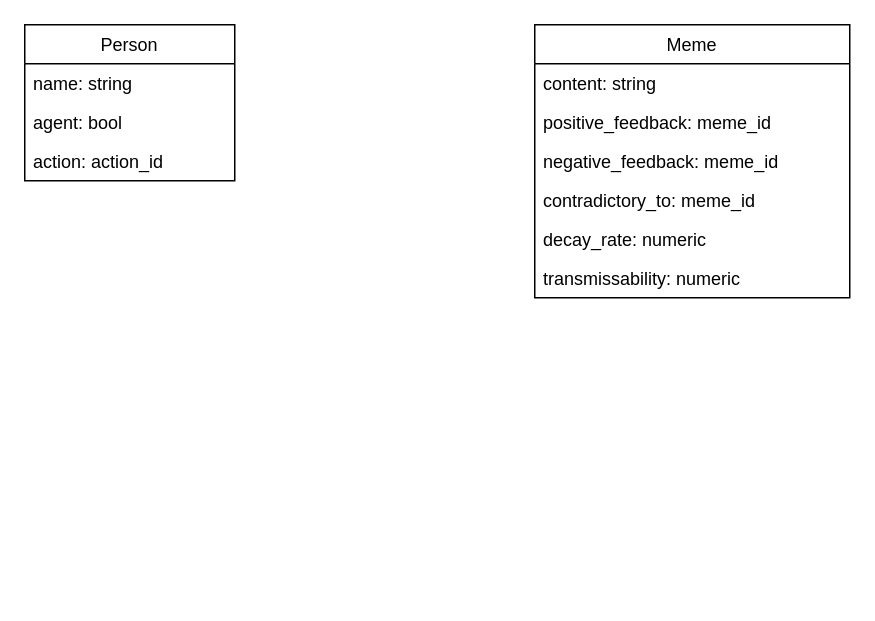
Above: diagram.drawio in filmitrovski/Demokrasi (draw.io), before the change. Source tidied: cells renumbered, new cells numbered last; positions are measured from the earlier drawing's top-left corner, leaving out a move shared by most shapes. Both pictures are drawn from the tidied source at 150%, with x=0, y=0 at pixel (24, 24).
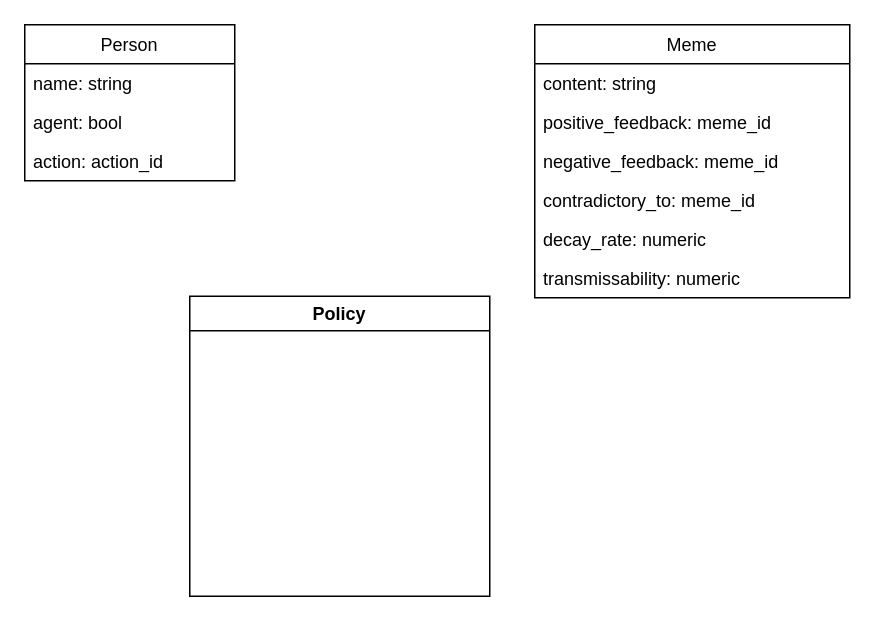
After the change.

What changed in the source:
```diff
@@
 <mxGraphModel>
   <root>
     <mxCell id="0" />
     <mxCell id="1" parent="0" />
     <mxCell id="2" value="Meme" style="swimlane;fontStyle=0;horizontal=1;startSize=26;" parent="1" vertex="1">
       <mxGeometry x="340" width="210" height="182" as="geometry" />
     </mxCell>
     <mxCell id="3" value="content: string" style="text;strokeColor=none;fillColor=none;align=left;verticalAlign=top;spacingLeft=4;spacingRight=4;overflow=hidden;" parent="2" vertex="1">
       <mxGeometry y="26" width="210" height="26" as="geometry" />
     </mxCell>
     <mxCell id="4" value="positive_feedback: meme_id" style="text;strokeColor=none;fillColor=none;align=left;verticalAlign=top;spacingLeft=4;spacingRight=4;overflow=hidden;" parent="2" vertex="1">
       <mxGeometry y="52" width="210" height="26" as="geometry" />
     </mxCell>
     <mxCell id="5" value="negative_feedback: meme_id" style="text;strokeColor=none;fillColor=none;align=left;verticalAlign=top;spacingLeft=4;spacingRight=4;overflow=hidden;" parent="2" vertex="1">
       <mxGeometry y="78" width="210" height="26" as="geometry" />
     </mxCell>
     <mxCell id="6" value="contradictory_to: meme_id" style="text;strokeColor=none;fillColor=none;align=left;verticalAlign=top;spacingLeft=4;spacingRight=4;overflow=hidden;" parent="2" vertex="1">
       <mxGeometry y="104" width="210" height="26" as="geometry" />
     </mxCell>
     <mxCell id="7" value="decay_rate: numeric" style="text;strokeColor=none;fillColor=none;align=left;verticalAlign=top;spacingLeft=4;spacingRight=4;overflow=hidden;" parent="2" vertex="1">
       <mxGeometry y="130" width="210" height="26" as="geometry" />
     </mxCell>
     <mxCell id="8" value="transmissability: numeric" style="text;strokeColor=none;fillColor=none;align=left;verticalAlign=top;spacingLeft=4;spacingRight=4;overflow=hidden;" parent="2" vertex="1">
       <mxGeometry y="156" width="210" height="26" as="geometry" />
     </mxCell>
     <mxCell id="9" value="Person" style="swimlane;fontStyle=0;horizontal=1;startSize=26;" parent="1" vertex="1">
       <mxGeometry width="140" height="104" as="geometry" />
     </mxCell>
     <mxCell id="10" value="name: string" style="text;strokeColor=none;fillColor=none;align=left;verticalAlign=top;spacingLeft=4;spacingRight=4;overflow=hidden;" parent="9" vertex="1">
       <mxGeometry y="26" width="140" height="26" as="geometry" />
     </mxCell>
     <mxCell id="11" value="agent: bool" style="text;strokeColor=none;fillColor=none;align=left;verticalAlign=top;spacingLeft=4;spacingRight=4;overflow=hidden;" parent="9" vertex="1">
       <mxGeometry y="52" width="140" height="26" as="geometry" />
     </mxCell>
     <mxCell id="12" value="action: action_id" style="text;strokeColor=none;fillColor=none;align=left;verticalAlign=top;spacingLeft=4;spacingRight=4;overflow=hidden;" parent="9" vertex="1">
       <mxGeometry y="78" width="140" height="26" as="geometry" />
     </mxCell>
+    <mxCell id="13" value="Policy" style="swimlane;" parent="1" vertex="1">
+      <mxGeometry x="110" y="181" width="200" height="200" as="geometry" />
+    </mxCell>
   </root>
 </mxGraphModel>
```
